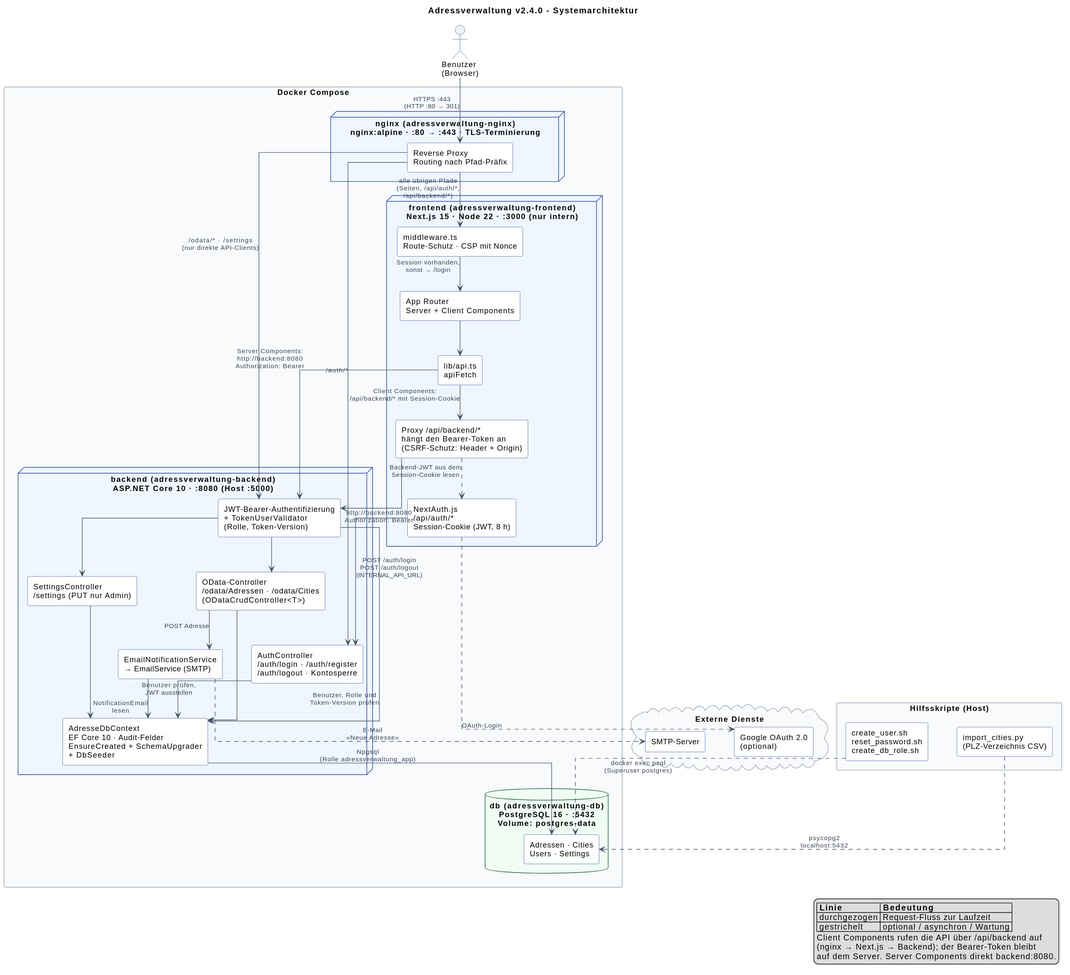
Above: documentation/Systemarchitektur.svg in erich3019/adressverwaltung (PlantUML), before the change.
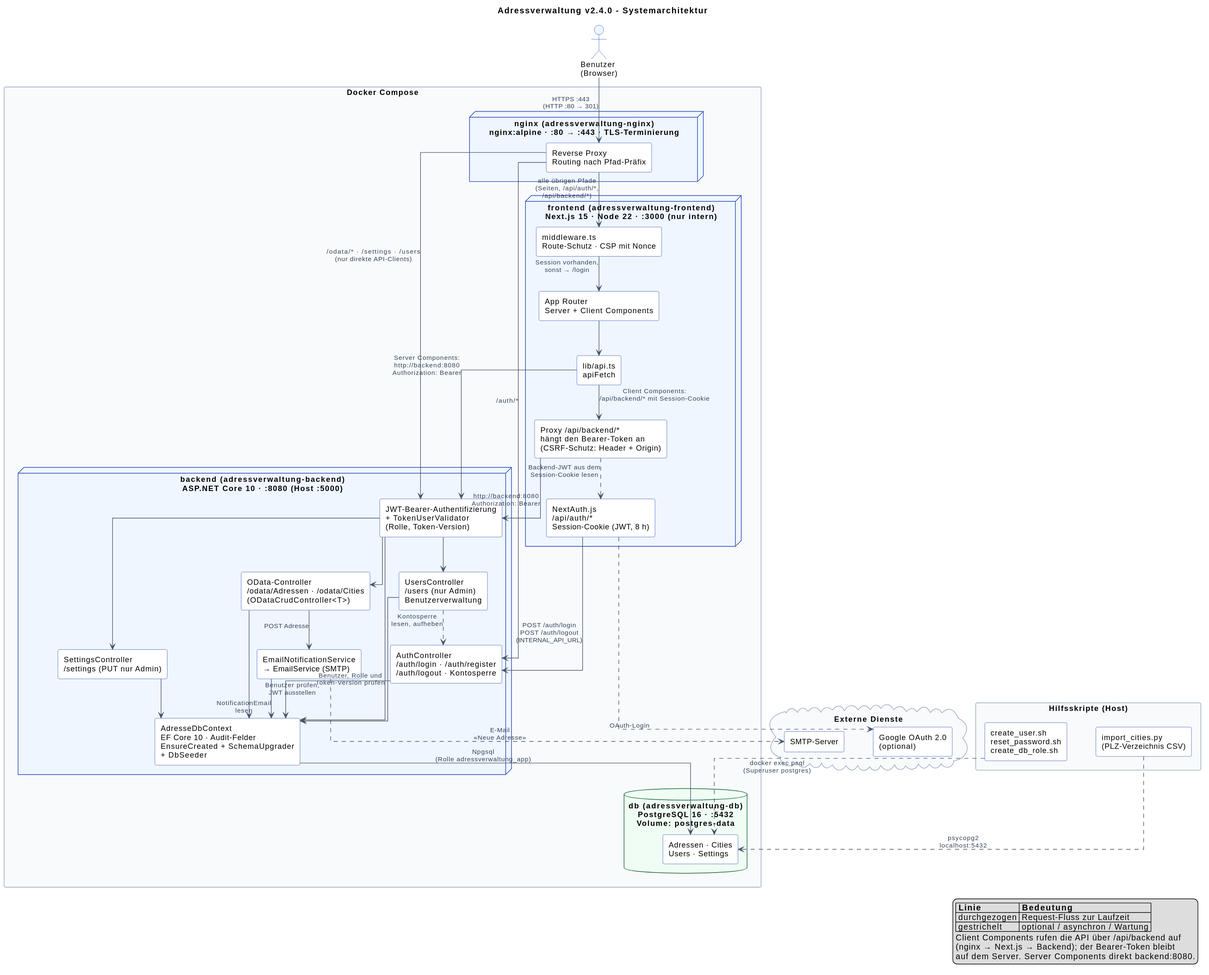
Later version of the same file.

What changed in the source:
```diff
@@ -63,6 +63,7 @@
     component "AuthController\n/auth/login · /auth/register\n/auth/logout · Kontosperre" as authc
     component "OData-Controller\n/odata/Adressen · /odata/Cities\n(ODataCrudController<T>)" as odata
     component "SettingsController\n/settings (PUT nur Admin)" as settingsc
+    component "UsersController\n/users (nur Admin)\nBenutzerverwaltung" as usersc
     component "EmailNotificationService\n→ EmailService (SMTP)" as notify
     component "AdresseDbContext\nEF Core 10 · Audit-Felder\nEnsureCreated + SchemaUpgrader\n+ DbSeeder" as dbctx
   }
@@ -80,7 +81,7 @@
 user --> proxy : HTTPS :443\n(HTTP :80 → 301)
 
 proxy --> mw : alle übrigen Pfade\n(Seiten, /api/auth/*,\n/api/backend/*)
-proxy --> jwt : /odata/*  ·  /settings\n(nur direkte API-Clients)
+proxy --> jwt : /odata/*  ·  /settings  ·  /users\n(nur direkte API-Clients)
 proxy --> authc : /auth/*
 
 mw --> pages : Session vorhanden,\nsonst → /login
@@ -95,10 +96,13 @@
 
 jwt --> odata
 jwt --> settingsc
+jwt --> usersc
 jwt --> dbctx : Benutzer, Rolle und\nToken-Version prüfen
 odata --> notify : POST Adresse
 odata --> dbctx
 settingsc --> dbctx
+usersc --> dbctx
+usersc ..> authc : Kontosperre\nlesen, aufheben
 authc --> dbctx : Benutzer prüfen,\nJWT ausstellen
 notify --> dbctx : NotificationEmail\nlesen
 notify ..> smtp : E-Mail\n«Neue Adresse»
```
